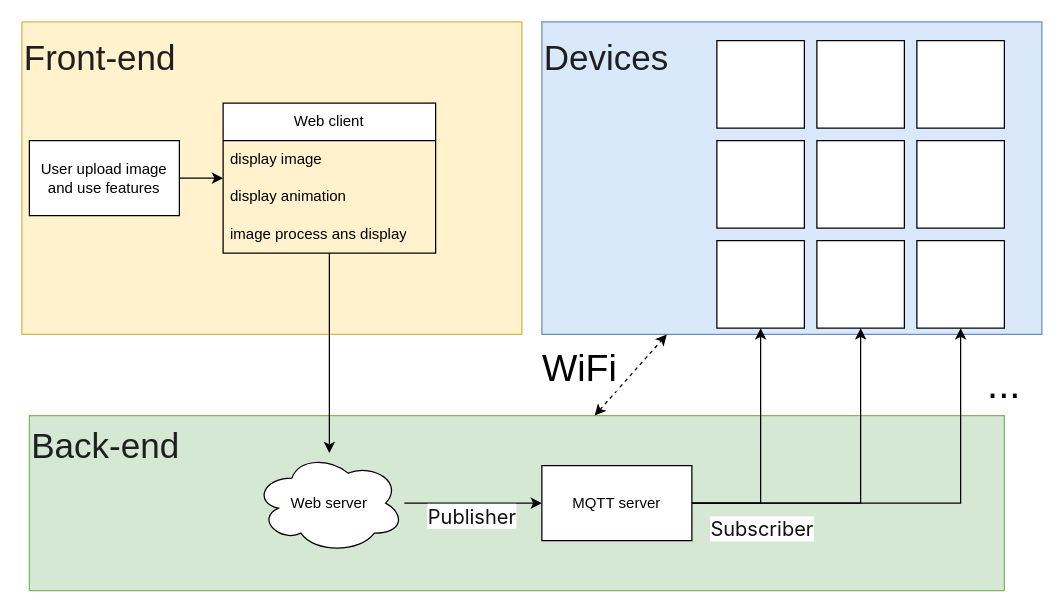
Before: Overview.drawio in shizhan1109/Athena-yellow, a draw.io diagram. Source tidied: cells renumbered, new cells numbered last; positions are measured from the earlier drawing's top-left corner, leaving out a move shared by most shapes. Both pictures are drawn from the tidied source at 125%, with x=0, y=0 at pixel (21, 21).
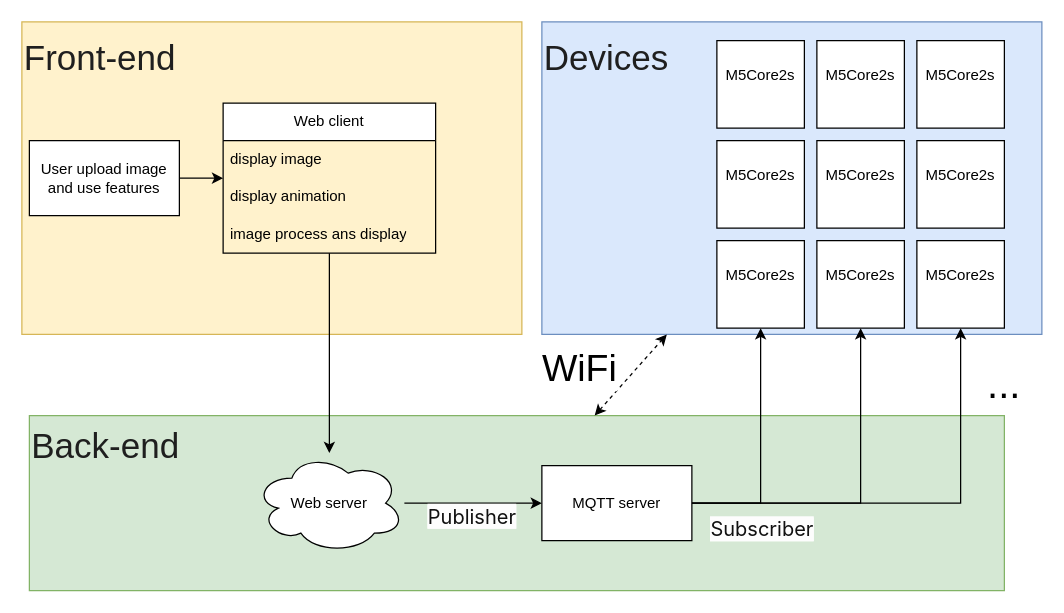
The same page after the edit.

Change to the diagram source:
```diff
@@
-    <mxCell id="18" style="rounded=0;whiteSpace=wrap;html=1;" parent="1" vertex="1">
+    <mxCell id="18" value="&lt;span class=&quot;fontstyle0&quot;&gt;M5Core2s&lt;/span&gt; &lt;div&gt;&lt;br/&gt;&lt;/div&gt;" style="rounded=0;whiteSpace=wrap;html=1;" parent="1" vertex="1">
       <mxGeometry x="556" y="15" width="70" height="70" as="geometry" />
     </mxCell>
-    <mxCell id="19" style="rounded=0;whiteSpace=wrap;html=1;" parent="1" vertex="1">
+    <mxCell id="19" value="&lt;span class=&quot;fontstyle0&quot;&gt;M5Core2s&lt;/span&gt; &lt;div&gt;&lt;br/&gt;&lt;/div&gt;" style="rounded=0;whiteSpace=wrap;html=1;" parent="1" vertex="1">
       <mxGeometry x="556" y="95" width="70" height="70" as="geometry" />
     </mxCell>
@@
-    <mxCell id="22" style="rounded=0;whiteSpace=wrap;html=1;" parent="1" vertex="1">
+    <mxCell id="22" value="&lt;span class=&quot;fontstyle0&quot;&gt;M5Core2s&lt;/span&gt; &lt;div&gt;&lt;br/&gt;&lt;/div&gt;" style="rounded=0;whiteSpace=wrap;html=1;" parent="1" vertex="1">
       <mxGeometry x="556" y="175" width="70" height="70" as="geometry" />
     </mxCell>
-    <mxCell id="23" style="rounded=0;whiteSpace=wrap;html=1;" parent="1" vertex="1">
+    <mxCell id="23" value="&lt;span class=&quot;fontstyle0&quot;&gt;M5Core2s&lt;/span&gt; &lt;div&gt;&lt;br/&gt;&lt;/div&gt;" style="rounded=0;whiteSpace=wrap;html=1;" parent="1" vertex="1">
       <mxGeometry x="636" y="15" width="70" height="70" as="geometry" />
     </mxCell>
-    <mxCell id="24" style="rounded=0;whiteSpace=wrap;html=1;" parent="1" vertex="1">
+    <mxCell id="24" value="&lt;span class=&quot;fontstyle0&quot;&gt;M5Core2s&lt;/span&gt; &lt;div&gt;&lt;br/&gt;&lt;/div&gt;" style="rounded=0;whiteSpace=wrap;html=1;" parent="1" vertex="1">
       <mxGeometry x="636" y="95" width="70" height="70" as="geometry" />
     </mxCell>
-    <mxCell id="25" style="rounded=0;whiteSpace=wrap;html=1;" parent="1" vertex="1">
+    <mxCell id="25" value="&lt;span class=&quot;fontstyle0&quot;&gt;M5Core2s&lt;/span&gt; &lt;div&gt;&lt;br/&gt;&lt;/div&gt;" style="rounded=0;whiteSpace=wrap;html=1;" parent="1" vertex="1">
       <mxGeometry x="636" y="175" width="70" height="70" as="geometry" />
     </mxCell>
-    <mxCell id="26" style="rounded=0;whiteSpace=wrap;html=1;" parent="1" vertex="1">
+    <mxCell id="26" value="&lt;span class=&quot;fontstyle0&quot;&gt;M5Core2s&lt;/span&gt; &lt;div&gt;&lt;br/&gt;&lt;/div&gt;" style="rounded=0;whiteSpace=wrap;html=1;" parent="1" vertex="1">
       <mxGeometry x="716" y="15" width="70" height="70" as="geometry" />
     </mxCell>
-    <mxCell id="27" style="rounded=0;whiteSpace=wrap;html=1;" parent="1" vertex="1">
+    <mxCell id="27" value="&lt;span class=&quot;fontstyle0&quot;&gt;M5Core2s&lt;/span&gt; &lt;div&gt;&lt;br/&gt;&lt;/div&gt;" style="rounded=0;whiteSpace=wrap;html=1;" parent="1" vertex="1">
       <mxGeometry x="716" y="95" width="70" height="70" as="geometry" />
     </mxCell>
-    <mxCell id="28" style="rounded=0;whiteSpace=wrap;html=1;" parent="1" vertex="1">
+    <mxCell id="28" value="&lt;span class=&quot;fontstyle0&quot;&gt;M5Core2s&lt;/span&gt; &lt;div&gt;&lt;br/&gt;&lt;/div&gt;" style="rounded=0;whiteSpace=wrap;html=1;" parent="1" vertex="1">
       <mxGeometry x="716" y="175" width="70" height="70" as="geometry" />
     </mxCell>
```
